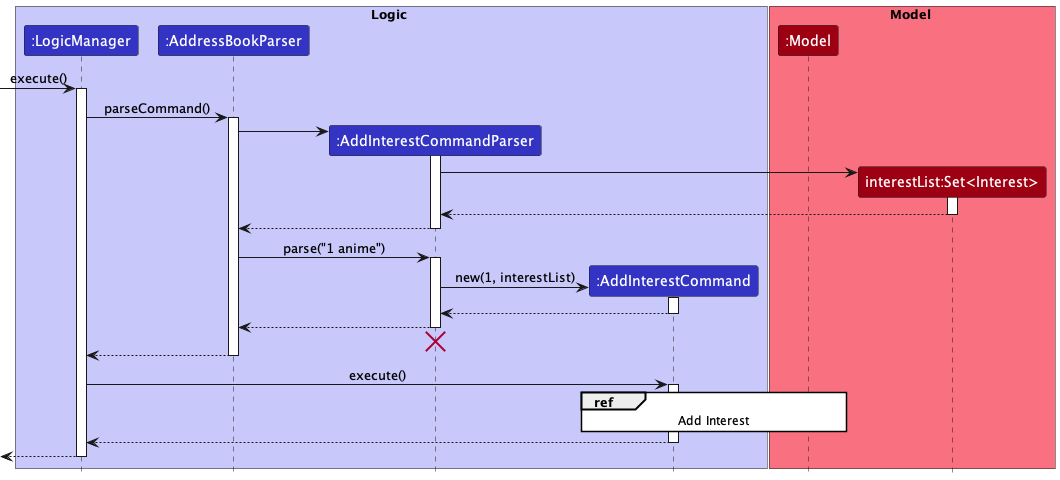
nus-cs2103-AY2223S1/tp keeps this PlantUML diagram as docs/images/AddInterestSequenceDiagram.png. Above is the earlier version. The source it was exported from:
```plantuml
@startuml
!include style.puml

skinparam SequenceReferenceBackgroundColor White
box Logic LOGIC_COLOR_T1
participant ":LogicManager" as LogicManager LOGIC_COLOR
participant ":AddressBookParser" as AddressBookParser LOGIC_COLOR
participant ":AddInterestCommandParser" as AddInterestCommandParser LOGIC_COLOR
participant ":AddInterestCommand" as AddInterestCommand LOGIC_COLOR
end box

box Model MODEL_COLOR_T1
participant ":Model" as Model MODEL_COLOR
participant "interestList:Set<Interest>" as Interest MODEL_COLOR

end box

[-> LogicManager : execute()
activate LogicManager

LogicManager -> AddressBookParser : parseCommand()
activate AddressBookParser

create AddInterestCommandParser
AddressBookParser -> AddInterestCommandParser
activate AddInterestCommandParser


create Interest
AddInterestCommandParser -> Interest
activate Interest
Interest --> AddInterestCommandParser
deactivate Interest
AddInterestCommandParser --> AddressBookParser
deactivate AddInterestCommandParser

AddressBookParser -> AddInterestCommandParser : parse("1 anime")
activate AddInterestCommandParser

create AddInterestCommand
AddInterestCommandParser -> AddInterestCommand: new(1, interestList)
activate AddInterestCommand

AddInterestCommand --> AddInterestCommandParser
deactivate AddInterestCommand

AddInterestCommandParser --> AddressBookParser
deactivate AddInterestCommandParser
AddInterestCommandParser -[hidden]-> AddressBookParser
destroy AddInterestCommandParser

AddressBookParser --> LogicManager
deactivate AddressBookParser

LogicManager -> AddInterestCommand : execute()
activate AddInterestCommand

ref over AddInterestCommand, Model : Add Interest

AddInterestCommand --> LogicManager
deactivate AddInterestCommand

[<--LogicManager
deactivate LogicManager
@enduml
```
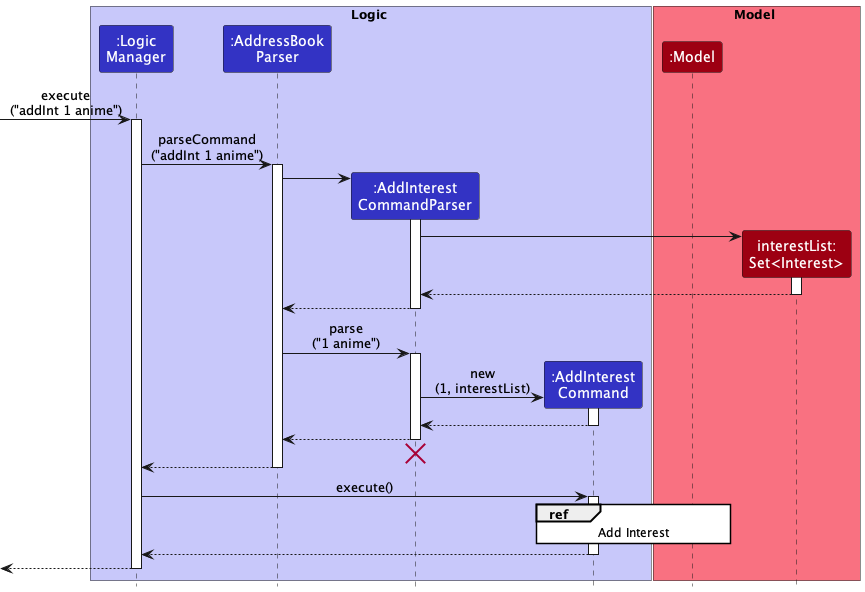
The same diagram one commit later.

Commit message:
Improve layout of Sequence Diagram

Diff of the diagram source:
```diff
@@ -3,22 +3,22 @@
 
 skinparam SequenceReferenceBackgroundColor White
 box Logic LOGIC_COLOR_T1
-participant ":LogicManager" as LogicManager LOGIC_COLOR
-participant ":AddressBookParser" as AddressBookParser LOGIC_COLOR
-participant ":AddInterestCommandParser" as AddInterestCommandParser LOGIC_COLOR
-participant ":AddInterestCommand" as AddInterestCommand LOGIC_COLOR
+participant ":Logic\nManager" as LogicManager LOGIC_COLOR
+participant ":AddressBook\nParser" as AddressBookParser LOGIC_COLOR
+participant ":AddInterest\nCommandParser" as AddInterestCommandParser LOGIC_COLOR
+participant ":AddInterest\nCommand" as AddInterestCommand LOGIC_COLOR
 end box
 
 box Model MODEL_COLOR_T1
 participant ":Model" as Model MODEL_COLOR
-participant "interestList:Set<Interest>" as Interest MODEL_COLOR
+participant "interestList:\nSet<Interest>" as Interest MODEL_COLOR
 
 end box
 
-[-> LogicManager : execute()
+[-> LogicManager : execute\n("addInt 1 anime")
 activate LogicManager
 
-LogicManager -> AddressBookParser : parseCommand()
+LogicManager -> AddressBookParser : parseCommand\n("addInt 1 anime")
 activate AddressBookParser
 
 create AddInterestCommandParser
@@ -34,11 +34,11 @@
 AddInterestCommandParser --> AddressBookParser
 deactivate AddInterestCommandParser
 
-AddressBookParser -> AddInterestCommandParser : parse("1 anime")
+AddressBookParser -> AddInterestCommandParser : parse\n("1 anime")
 activate AddInterestCommandParser
 
 create AddInterestCommand
-AddInterestCommandParser -> AddInterestCommand: new(1, interestList)
+AddInterestCommandParser -> AddInterestCommand: new\n(1, interestList)
 activate AddInterestCommand
 
 AddInterestCommand --> AddInterestCommandParser
```
